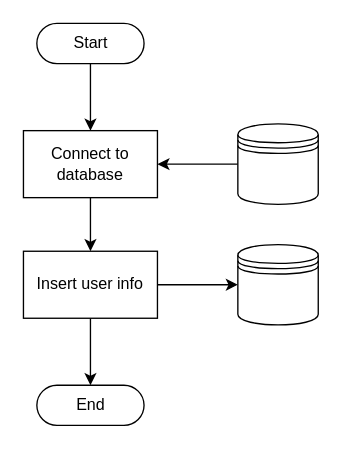
Before: page "Upload Profile Logic" (5 of 15) of scoring/documentation/Scoring_System_Schematics.drawio in kparlak/dart-scoring-system, a draw.io diagram. Source tidied: cells renumbered, new cells numbered last; positions are measured from the earlier drawing's top-left corner, leaving out a move shared by most shapes. Both pictures are drawn from the tidied source at 134%, with x=0, y=0 at pixel (23, 23).
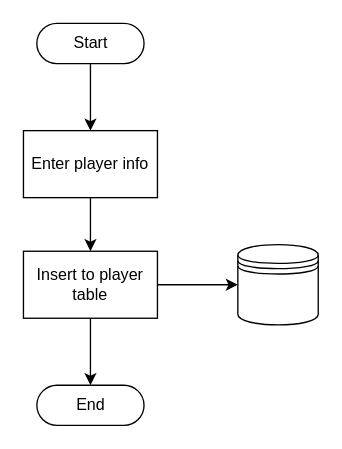
After the change.

Change to the diagram source:
```diff
@@
 <mxGraphModel>
   <root>
     <mxCell id="0" />
     <mxCell id="1" parent="0" />
-    <mxCell id="2" style="edgeStyle=orthogonalEdgeStyle;rounded=1;jettySize=auto;html=1;exitX=0.5;exitY=0.5;exitDx=0;exitDy=15;exitPerimeter=0;entryX=0.5;entryY=0;entryDx=0;entryDy=0;strokeColor=#000000;" parent="1" edge="1" source="3" target="6">
+    <mxCell id="2" style="edgeStyle=orthogonalEdgeStyle;rounded=1;jettySize=auto;html=1;exitX=0.5;exitY=1;exitDx=0;exitDy=0;entryX=0.5;entryY=0;entryDx=0;entryDy=0;strokeColor=#000000;" parent="1" edge="1" source="14" target="6">
       <mxGeometry relative="1" as="geometry" />
     </mxCell>
     <mxCell id="3" value="Start" style="html=1;dashed=0;whitespace=wrap;shape=mxgraph.dfd.start;" parent="1" vertex="1">
       <mxGeometry x="10" width="80" height="30" as="geometry" />
     </mxCell>
     <mxCell id="4" value="End" style="html=1;dashed=0;whitespace=wrap;shape=mxgraph.dfd.start;" parent="1" vertex="1">
       <mxGeometry x="10" y="270" width="80" height="30" as="geometry" />
     </mxCell>
-    <mxCell id="5" style="edgeStyle=orthogonalEdgeStyle;rounded=1;jettySize=auto;html=1;exitX=0.5;exitY=1;exitDx=0;exitDy=0;entryX=0.5;entryY=0;entryDx=0;entryDy=0;" parent="1" edge="1" source="6" target="11">
+    <mxCell id="5" style="edgeStyle=orthogonalEdgeStyle;rounded=1;jettySize=auto;html=1;exitX=0.5;exitY=1;exitDx=0;exitDy=0;entryX=0.5;entryY=0.5;entryDx=0;entryDy=-15;entryPerimeter=0;" parent="1" edge="1" source="6" target="4">
       <mxGeometry relative="1" as="geometry" />
     </mxCell>
+    <mxCell id="13" style="edgeStyle=orthogonalEdgeStyle;rounded=1;jettySize=auto;html=1;exitX=1;exitY=0.5;exitDx=0;exitDy=0;entryX=0;entryY=0.5;entryDx=0;entryDy=0;" parent="1" edge="1" source="6" target="8">
+      <mxGeometry relative="1" as="geometry" />
+    </mxCell>
-    <mxCell id="6" value="Connect to database" style="html=1;dashed=0;whitespace=wrap;whiteSpace=wrap;" parent="1" vertex="1">
-      <mxGeometry y="80" width="100" height="50" as="geometry" />
+    <mxCell id="6" value="Insert to player table" style="html=1;dashed=0;whitespace=wrap;whiteSpace=wrap;" parent="1" vertex="1">
+      <mxGeometry y="170" width="100" height="50" as="geometry" />
     </mxCell>
-    <mxCell id="7" style="edgeStyle=orthogonalEdgeStyle;rounded=1;jettySize=auto;html=1;exitX=0;exitY=0.5;exitDx=0;exitDy=0;entryX=1;entryY=0.5;entryDx=0;entryDy=0;" parent="1" edge="1" source="8" target="6">
-      <mxGeometry relative="1" as="geometry" />
-    </mxCell>
     <mxCell id="8" style="shape=datastore;whiteSpace=wrap;html=1;" parent="1" vertex="1">
-      <mxGeometry x="160" y="75" width="60" height="60" as="geometry" />
+      <mxGeometry x="160" y="165" width="60" height="60" as="geometry" />
     </mxCell>
-    <mxCell id="9" style="edgeStyle=orthogonalEdgeStyle;rounded=1;jettySize=auto;html=1;exitX=1;exitY=0.5;exitDx=0;exitDy=0;entryX=0;entryY=0.5;entryDx=0;entryDy=0;" parent="1" edge="1" source="11" target="12">
-      <mxGeometry relative="1" as="geometry" />
-    </mxCell>
-    <mxCell id="10" style="edgeStyle=orthogonalEdgeStyle;rounded=1;jettySize=auto;html=1;exitX=0.5;exitY=1;exitDx=0;exitDy=0;entryX=0.5;entryY=0.5;entryDx=0;entryDy=-15;entryPerimeter=0;" parent="1" edge="1" source="11" target="4">
-      <mxGeometry relative="1" as="geometry" />
-    </mxCell>
-    <mxCell id="11" value="Insert user info" style="html=1;dashed=0;whitespace=wrap;whiteSpace=wrap;" parent="1" vertex="1">
-      <mxGeometry y="170" width="100" height="50" as="geometry" />
-    </mxCell>
-    <mxCell id="12" style="shape=datastore;whiteSpace=wrap;html=1;" parent="1" vertex="1">
-      <mxGeometry x="160" y="165" width="60" height="60" as="geometry" />
-    </mxCell>
+    <mxCell id="14" value="Enter player info" style="html=1;dashed=0;whitespace=wrap;whiteSpace=wrap;" parent="1" vertex="1">
+      <mxGeometry y="80" width="100" height="50" as="geometry" />
+    </mxCell>
+    <mxCell id="15" style="edgeStyle=orthogonalEdgeStyle;rounded=1;jettySize=auto;html=1;exitX=0.5;exitY=0.5;exitDx=0;exitDy=15;exitPerimeter=0;entryX=0.5;entryY=0;entryDx=0;entryDy=0;strokeColor=#000000;" parent="1" edge="1" source="3" target="14">
+      <mxGeometry relative="1" as="geometry" />
+    </mxCell>
   </root>
 </mxGraphModel>
```
